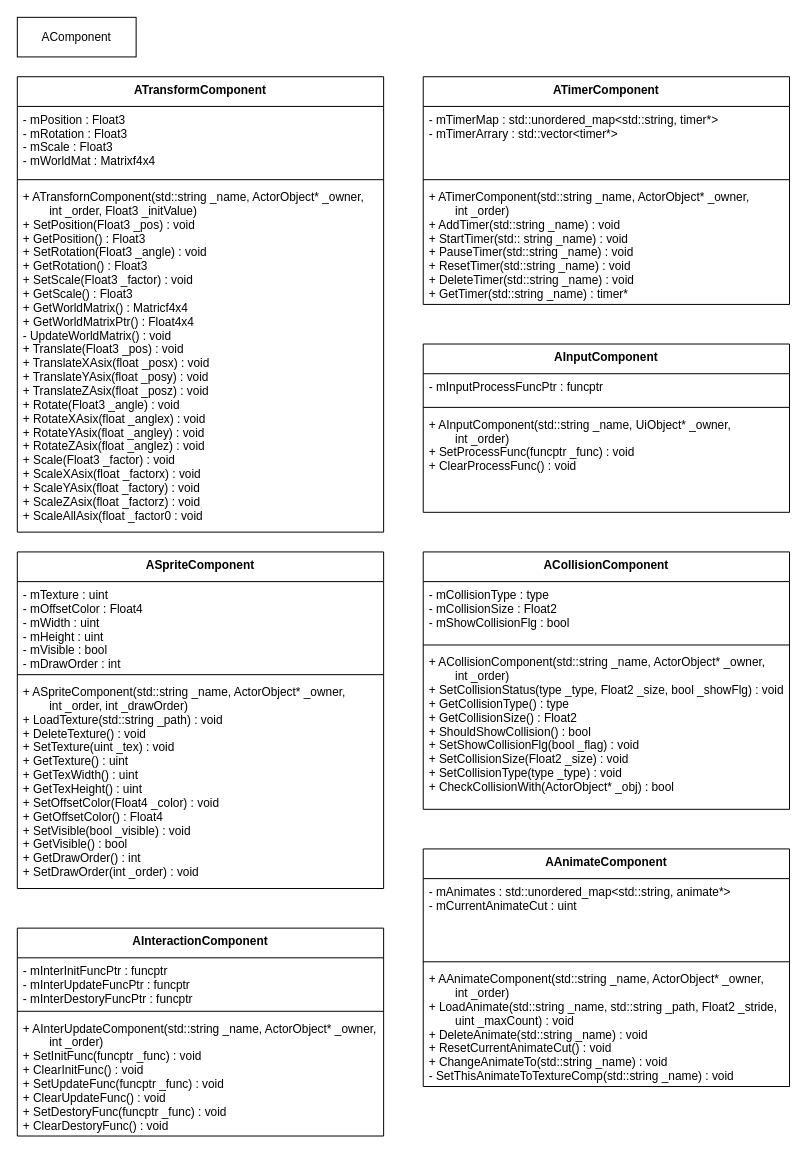
The draw.io diagram page "acomponent" (5 of 7) of MyNinDesign.drawio in HIBICUS-CAI/NinAtHome_OpenGL, before the edit. Source tidied: cells renumbered, new cells numbered last; positions are measured from the earlier drawing's top-left corner, leaving out a move shared by most shapes. Both pictures are drawn from the tidied source at 99%, with x=0, y=0 at pixel (17, 17).
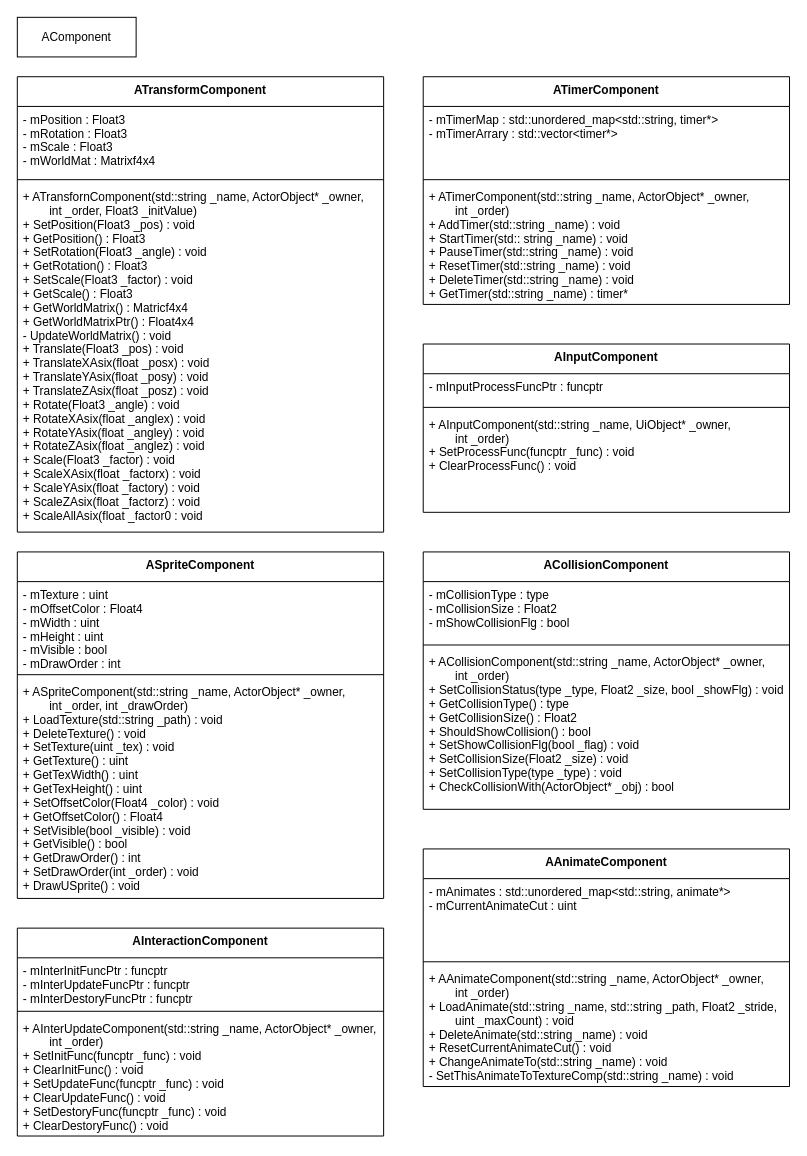
Above is the later version.

What changed in the source:
```diff
@@
     <mxCell id="15" value="ASpriteComponent" style="swimlane;fontStyle=1;align=center;verticalAlign=top;horizontal=1;startSize=30;" parent="1" vertex="1">
-      <mxGeometry y="540" width="370" height="340" as="geometry" />
+      <mxGeometry y="540" width="370" height="350" as="geometry" />
     </mxCell>
@@
-    <mxCell id="18" value="+ ASpriteComponent(std::string _name, ActorObject* _owner,&#10;        int _order, int _drawOrder)&#10;+ LoadTexture(std::string _path) : void&#10;+ DeleteTexture() : void&#10;+ SetTexture(uint _tex) : void&#10;+ GetTexture() : uint&#10;+ GetTexWidth() : uint&#10;+ GetTexHeight() : uint&#10;+ SetOffsetColor(Float4 _color) : void&#10;+ GetOffsetColor() : Float4&#10;+ SetVisible(bool _visible) : void&#10;+ GetVisible() : bool&#10;+ GetDrawOrder() : int&#10;+ SetDrawOrder(int _order) : void" style="text;strokeColor=none;fillColor=none;align=left;verticalAlign=top;spacingLeft=4;spacingRight=4;overflow=hidden;" parent="15" vertex="1">
-      <mxGeometry y="128" width="370" height="212" as="geometry" />
+    <mxCell id="18" value="+ ASpriteComponent(std::string _name, ActorObject* _owner,&#10;        int _order, int _drawOrder)&#10;+ LoadTexture(std::string _path) : void&#10;+ DeleteTexture() : void&#10;+ SetTexture(uint _tex) : void&#10;+ GetTexture() : uint&#10;+ GetTexWidth() : uint&#10;+ GetTexHeight() : uint&#10;+ SetOffsetColor(Float4 _color) : void&#10;+ GetOffsetColor() : Float4&#10;+ SetVisible(bool _visible) : void&#10;+ GetVisible() : bool&#10;+ GetDrawOrder() : int&#10;+ SetDrawOrder(int _order) : void&#10;+ DrawUSprite() : void" style="text;strokeColor=none;fillColor=none;align=left;verticalAlign=top;spacingLeft=4;spacingRight=4;overflow=hidden;" parent="15" vertex="1">
+      <mxGeometry y="128" width="370" height="222" as="geometry" />
     </mxCell>
```
